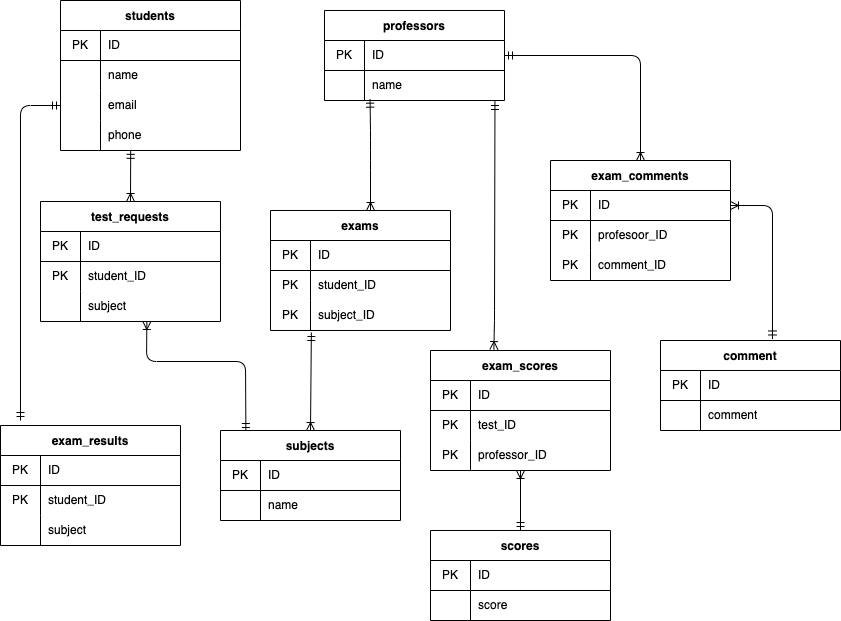
Earlier version of the draw.io export exercice.drawio.png (diaaa0219/drawio_exercice8). Source tidied: cells renumbered, new cells last; positions are measured from the earlier drawing's top-left corner, leaving out a move shared by most shapes.
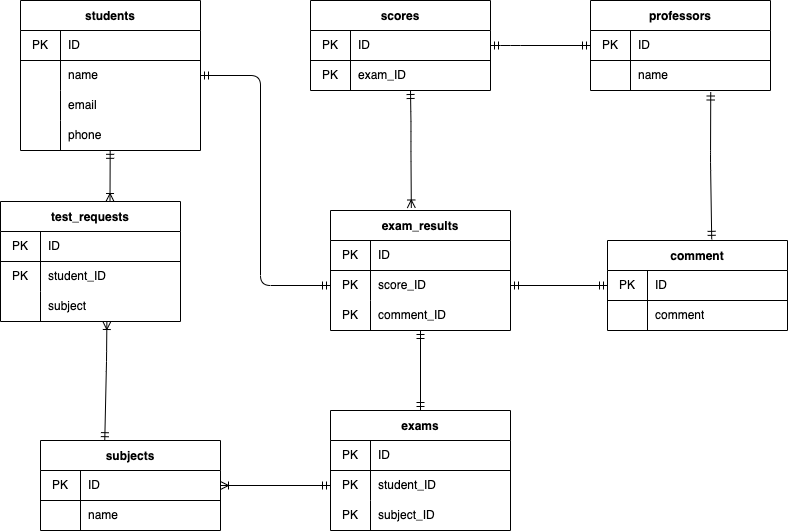
The same file after the commit.

Change to the diagram source:
```diff
@@ -43,12 +43,15 @@
     </mxCell>
     <mxCell id="15" style="edgeStyle=none;html=1;exitX=0.5;exitY=0;exitDx=0;exitDy=0;endArrow=ERmandOne;endFill=0;startArrow=ERoneToMany;startFill=0;entryX=0.501;entryY=0.961;entryDx=0;entryDy=0;entryPerimeter=0;" parent="1" edge="1">
       <mxGeometry relative="1" as="geometry">
-        <mxPoint x="130" y="201" as="sourcePoint" />
-        <mxPoint x="130.2" y="149.8" as="targetPoint" />
+        <mxPoint x="149.5" y="201" as="sourcePoint" />
+        <mxPoint x="149.7" y="149.8" as="targetPoint" />
       </mxGeometry>
     </mxCell>
+    <mxCell id="102" style="edgeStyle=none;html=1;exitX=0.5;exitY=0;exitDx=0;exitDy=0;entryX=0.5;entryY=1;entryDx=0;entryDy=0;startArrow=ERmandOne;startFill=0;endArrow=ERmandOne;endFill=0;" parent="1" edge="1" source="16" target="92">
+      <mxGeometry relative="1" as="geometry" />
+    </mxCell>
     <mxCell id="16" value="exams" style="shape=table;startSize=30;rowLines=0;fontStyle=1;align=center;" parent="1" vertex="1">
-      <mxGeometry x="270" y="210" width="180" height="120" as="geometry" />
+      <mxGeometry x="370" y="410" width="180" height="120" as="geometry" />
     </mxCell>
     <mxCell id="17" style="shape=partialRectangle;html=1;whiteSpace=wrap;fillColor=none;top=0;left=0;bottom=1;right=0;" parent="16" vertex="1">
       <mxGeometry y="30" width="180" height="30" as="geometry" />
@@ -78,7 +81,7 @@
       <mxGeometry x="40" width="140" height="30" as="geometry" />
     </mxCell>
     <mxCell id="26" value="professors" style="shape=table;startSize=30;rowLines=0;fontStyle=1;align=center;" parent="1" vertex="1">
-      <mxGeometry x="324" y="10" width="180" height="90" as="geometry" />
+      <mxGeometry x="630" width="180" height="90" as="geometry" />
     </mxCell>
     <mxCell id="27" style="shape=partialRectangle;html=1;whiteSpace=wrap;fillColor=none;top=0;left=0;bottom=1;right=0;points=[[0,0.5],[1,0.5]];portConstraint=eastwest;" parent="26" vertex="1">
       <mxGeometry y="30" width="180" height="30" as="geometry" />
@@ -98,102 +101,39 @@
     <mxCell id="32" value="name" style="shape=partialRectangle;html=1;whiteSpace=wrap;fillColor=none;top=0;left=0;bottom=0;right=0;align=left;spacingLeft=6;overflow=hidden;" parent="30" vertex="1">
       <mxGeometry x="40" width="140" height="30" as="geometry" />
     </mxCell>
-    <mxCell id="33" value="exam_scores" style="shape=table;startSize=30;rowLines=0;fontStyle=1;align=center;" parent="1" vertex="1">
-      <mxGeometry x="430" y="350" width="180" height="120" as="geometry" />
-    </mxCell>
-    <mxCell id="34" style="shape=partialRectangle;html=1;whiteSpace=wrap;fillColor=none;top=0;left=0;bottom=1;right=0;" parent="33" vertex="1">
-      <mxGeometry y="30" width="180" height="30" as="geometry" />
-    </mxCell>
-    <mxCell id="35" value="PK" style="shape=partialRectangle;html=1;whiteSpace=wrap;fillColor=none;top=0;left=0;bottom=0;right=0;overflow=hidden;" parent="34" vertex="1">
-      <mxGeometry width="40" height="30" as="geometry" />
-    </mxCell>
-    <mxCell id="36" value="ID" style="shape=partialRectangle;html=1;whiteSpace=wrap;fillColor=none;top=0;left=0;bottom=0;right=0;align=left;spacingLeft=6;overflow=hidden;" parent="34" vertex="1">
-      <mxGeometry x="40" width="140" height="30" as="geometry" />
-    </mxCell>
-    <mxCell id="37" style="shape=partialRectangle;html=1;whiteSpace=wrap;fillColor=none;top=0;left=0;bottom=0;right=0;" parent="33" vertex="1">
-      <mxGeometry y="60" width="180" height="30" as="geometry" />
-    </mxCell>
-    <mxCell id="38" value="PK" style="shape=partialRectangle;html=1;whiteSpace=wrap;fillColor=none;top=0;left=0;bottom=0;right=0;overflow=hidden;" parent="37" vertex="1">
-      <mxGeometry width="40" height="30" as="geometry" />
-    </mxCell>
-    <mxCell id="39" value="test_ID" style="shape=partialRectangle;html=1;whiteSpace=wrap;fillColor=none;top=0;left=0;bottom=0;right=0;align=left;spacingLeft=6;overflow=hidden;" parent="37" vertex="1">
-      <mxGeometry x="40" width="140" height="30" as="geometry" />
-    </mxCell>
-    <mxCell id="40" style="shape=partialRectangle;html=1;whiteSpace=wrap;fillColor=none;top=0;left=0;bottom=0;right=0;" parent="33" vertex="1">
-      <mxGeometry y="90" width="180" height="30" as="geometry" />
-    </mxCell>
-    <mxCell id="41" value="PK" style="shape=partialRectangle;html=1;whiteSpace=wrap;fillColor=none;top=0;left=0;bottom=0;right=0;overflow=hidden;" parent="40" vertex="1">
-      <mxGeometry width="40" height="30" as="geometry" />
-    </mxCell>
-    <mxCell id="42" value="professor_ID" style="shape=partialRectangle;html=1;whiteSpace=wrap;fillColor=none;top=0;left=0;bottom=0;right=0;align=left;spacingLeft=6;overflow=hidden;" parent="40" vertex="1">
-      <mxGeometry x="40" width="140" height="30" as="geometry" />
-    </mxCell>
-    <mxCell id="43" style="edgeStyle=none;html=1;exitX=0.5;exitY=0;exitDx=0;exitDy=0;entryX=1;entryY=0.5;entryDx=0;entryDy=0;startArrow=ERoneToMany;startFill=0;endArrow=ERmandOne;endFill=0;" parent="1" edge="1" source="44" target="27">
+    <mxCell id="43" style="edgeStyle=none;html=1;entryX=0.668;entryY=1.05;entryDx=0;entryDy=0;startArrow=ERmandOne;startFill=0;endArrow=ERmandOne;endFill=0;entryPerimeter=0;exitX=0.579;exitY=-0.013;exitDx=0;exitDy=0;exitPerimeter=0;" parent="1" edge="1" source="65" target="30">
       <mxGeometry relative="1" as="geometry">
         <Array as="points">
-          <mxPoint x="640" y="55" />
+          <mxPoint x="750" y="160" />
         </Array>
       </mxGeometry>
     </mxCell>
-    <mxCell id="44" value="exam_comments" style="shape=table;startSize=30;rowLines=0;fontStyle=1;align=center;" parent="1" vertex="1">
-      <mxGeometry x="550" y="160" width="180" height="120" as="geometry" />
-    </mxCell>
-    <mxCell id="45" style="shape=partialRectangle;html=1;whiteSpace=wrap;fillColor=none;top=0;left=0;bottom=1;right=0;points=[[0,0.5],[1,0.5]];portConstraint=eastwest;" parent="44" vertex="1">
-      <mxGeometry y="30" width="180" height="30" as="geometry" />
-    </mxCell>
-    <mxCell id="46" value="PK" style="shape=partialRectangle;html=1;whiteSpace=wrap;fillColor=none;top=0;left=0;bottom=0;right=0;overflow=hidden;" parent="45" vertex="1">
-      <mxGeometry width="40" height="30" as="geometry" />
-    </mxCell>
-    <mxCell id="47" value="ID" style="shape=partialRectangle;html=1;whiteSpace=wrap;fillColor=none;top=0;left=0;bottom=0;right=0;align=left;spacingLeft=6;overflow=hidden;" parent="45" vertex="1">
-      <mxGeometry x="40" width="140" height="30" as="geometry" />
-    </mxCell>
-    <mxCell id="48" style="shape=partialRectangle;html=1;whiteSpace=wrap;fillColor=none;top=0;left=0;bottom=0;right=0;" parent="44" vertex="1">
-      <mxGeometry y="60" width="180" height="30" as="geometry" />
-    </mxCell>
-    <mxCell id="49" value="PK" style="shape=partialRectangle;html=1;whiteSpace=wrap;fillColor=none;top=0;left=0;bottom=0;right=0;overflow=hidden;" parent="48" vertex="1">
-      <mxGeometry width="40" height="30" as="geometry" />
-    </mxCell>
-    <mxCell id="50" value="profesoor_ID" style="shape=partialRectangle;html=1;whiteSpace=wrap;fillColor=none;top=0;left=0;bottom=0;right=0;align=left;spacingLeft=6;overflow=hidden;" parent="48" vertex="1">
-      <mxGeometry x="40" width="140" height="30" as="geometry" />
-    </mxCell>
-    <mxCell id="51" style="shape=partialRectangle;html=1;whiteSpace=wrap;fillColor=none;top=0;left=0;bottom=0;right=0;" parent="44" vertex="1">
-      <mxGeometry y="90" width="180" height="30" as="geometry" />
-    </mxCell>
-    <mxCell id="52" value="PK" style="shape=partialRectangle;html=1;whiteSpace=wrap;fillColor=none;top=0;left=0;bottom=0;right=0;overflow=hidden;" parent="51" vertex="1">
-      <mxGeometry width="40" height="30" as="geometry" />
-    </mxCell>
-    <mxCell id="53" value="comment_ID" style="shape=partialRectangle;html=1;whiteSpace=wrap;fillColor=none;top=0;left=0;bottom=0;right=0;align=left;spacingLeft=6;overflow=hidden;" parent="51" vertex="1">
-      <mxGeometry x="40" width="140" height="30" as="geometry" />
-    </mxCell>
-    <mxCell id="54" style="edgeStyle=none;html=1;entryX=0.352;entryY=-0.008;entryDx=0;entryDy=0;startArrow=ERmandOne;startFill=0;endArrow=ERoneToMany;endFill=0;exitX=0.947;exitY=1.033;exitDx=0;exitDy=0;exitPerimeter=0;entryPerimeter=0;" parent="1" edge="1" source="30" target="33">
+    <mxCell id="54" style="edgeStyle=none;html=1;startArrow=ERmandOne;startFill=0;endArrow=ERmandOne;endFill=0;entryX=1;entryY=0.5;entryDx=0;entryDy=0;exitX=0;exitY=0.5;exitDx=0;exitDy=0;" parent="1" edge="1" source="27" target="58">
       <mxGeometry relative="1" as="geometry">
         <Array as="points">
-          <mxPoint x="494" y="320" />
+          <mxPoint x="550" y="45" />
         </Array>
       </mxGeometry>
     </mxCell>
-    <mxCell id="55" style="edgeStyle=none;html=1;entryX=0.253;entryY=0.956;entryDx=0;entryDy=0;startArrow=ERoneToMany;startFill=0;endArrow=ERmandOne;endFill=0;entryPerimeter=0;" parent="1" edge="1">
+    <mxCell id="55" style="edgeStyle=none;html=1;entryX=0.253;entryY=0.956;entryDx=0;entryDy=0;startArrow=ERoneToMany;startFill=0;endArrow=ERmandOne;endFill=0;entryPerimeter=0;exitX=0.449;exitY=-0.021;exitDx=0;exitDy=0;exitPerimeter=0;" parent="1" edge="1" source="92">
       <mxGeometry relative="1" as="geometry">
-        <mxPoint x="370" y="210" as="sourcePoint" />
-        <mxPoint x="369.5" y="98.7" as="targetPoint" />
+        <mxPoint x="450" y="90" as="targetPoint" />
         <Array as="points">
-          <mxPoint x="370" y="160" />
-          <mxPoint x="370" y="130" />
+          <mxPoint x="450.5" y="151.3" />
+          <mxPoint x="450.5" y="121.3" />
         </Array>
       </mxGeometry>
     </mxCell>
-    <mxCell id="56" style="edgeStyle=none;html=1;exitX=0.141;exitY=0;exitDx=0;exitDy=0;startArrow=ERmandOne;startFill=0;endArrow=ERoneToMany;endFill=0;entryX=0.591;entryY=0.967;entryDx=0;entryDy=0;entryPerimeter=0;exitPerimeter=0;" parent="1" edge="1">
+    <mxCell id="56" style="edgeStyle=none;html=1;exitX=0.357;exitY=0.002;exitDx=0;exitDy=0;startArrow=ERmandOne;startFill=0;endArrow=ERoneToMany;endFill=0;entryX=0.591;entryY=0.967;entryDx=0;entryDy=0;entryPerimeter=0;exitPerimeter=0;" parent="1" edge="1" source="84">
       <mxGeometry relative="1" as="geometry">
-        <mxPoint x="245.4" y="431" as="sourcePoint" />
         <mxPoint x="146.4" y="321" as="targetPoint" />
         <Array as="points">
-          <mxPoint x="245" y="361" />
           <mxPoint x="146" y="361" />
         </Array>
       </mxGeometry>
     </mxCell>
     <mxCell id="57" value="scores" style="shape=table;startSize=30;rowLines=0;fontStyle=1;align=center;" parent="1" vertex="1">
-      <mxGeometry x="430" y="530" width="180" height="90" as="geometry" />
+      <mxGeometry x="350" width="180" height="90" as="geometry" />
     </mxCell>
     <mxCell id="58" style="shape=partialRectangle;html=1;whiteSpace=wrap;fillColor=none;top=0;left=0;bottom=1;right=0;points=[[0,0.5],[1,0.5]];portConstraint=eastwest;" parent="57" vertex="1">
       <mxGeometry y="30" width="180" height="30" as="geometry" />
@@ -207,19 +147,14 @@
     <mxCell id="61" style="shape=partialRectangle;html=1;whiteSpace=wrap;fillColor=none;top=0;left=0;bottom=0;right=0;" parent="57" vertex="1">
       <mxGeometry y="60" width="180" height="30" as="geometry" />
     </mxCell>
-    <mxCell id="62" style="shape=partialRectangle;html=1;whiteSpace=wrap;fillColor=none;top=0;left=0;bottom=0;right=0;overflow=hidden;" parent="61" vertex="1">
+    <mxCell id="62" value="PK" style="shape=partialRectangle;html=1;whiteSpace=wrap;fillColor=none;top=0;left=0;bottom=0;right=0;overflow=hidden;" parent="61" vertex="1">
       <mxGeometry width="40" height="30" as="geometry" />
     </mxCell>
-    <mxCell id="63" value="score" style="shape=partialRectangle;html=1;whiteSpace=wrap;fillColor=none;top=0;left=0;bottom=0;right=0;align=left;spacingLeft=6;overflow=hidden;" parent="61" vertex="1">
+    <mxCell id="63" value="exam_ID" style="shape=partialRectangle;html=1;whiteSpace=wrap;fillColor=none;top=0;left=0;bottom=0;right=0;align=left;spacingLeft=6;overflow=hidden;" parent="61" vertex="1">
       <mxGeometry x="40" width="140" height="30" as="geometry" />
     </mxCell>
-    <mxCell id="64" style="edgeStyle=none;html=1;entryX=0.5;entryY=0;entryDx=0;entryDy=0;startArrow=ERoneToMany;startFill=0;endArrow=ERmandOne;endFill=0;" parent="1" edge="1" target="57">
-      <mxGeometry relative="1" as="geometry">
-        <mxPoint x="520" y="470" as="sourcePoint" />
-      </mxGeometry>
-    </mxCell>
     <mxCell id="65" value="comment" style="shape=table;startSize=30;rowLines=0;fontStyle=1;align=center;" parent="1" vertex="1">
-      <mxGeometry x="660" y="340" width="180" height="90" as="geometry" />
+      <mxGeometry x="647" y="240" width="180" height="90" as="geometry" />
     </mxCell>
     <mxCell id="66" style="shape=partialRectangle;html=1;whiteSpace=wrap;fillColor=none;top=0;left=0;bottom=1;right=0;points=[[0,0.5],[1,0.5]];portConstraint=eastwest;" parent="65" vertex="1">
       <mxGeometry y="30" width="180" height="30" as="geometry" />
@@ -239,13 +174,6 @@
     <mxCell id="71" value="comment" style="shape=partialRectangle;html=1;whiteSpace=wrap;fillColor=none;top=0;left=0;bottom=0;right=0;align=left;spacingLeft=6;overflow=hidden;" parent="69" vertex="1">
       <mxGeometry x="40" width="140" height="30" as="geometry" />
     </mxCell>
-    <mxCell id="72" style="edgeStyle=none;html=1;exitX=1;exitY=0.5;exitDx=0;exitDy=0;entryX=0.622;entryY=-0.017;entryDx=0;entryDy=0;startArrow=ERoneToMany;startFill=0;endArrow=ERmandOne;endFill=0;entryPerimeter=0;" parent="1" edge="1" source="45" target="65">
-      <mxGeometry relative="1" as="geometry">
-        <Array as="points">
-          <mxPoint x="772" y="205" />
-        </Array>
-      </mxGeometry>
-    </mxCell>
     <mxCell id="73" value="test_requests" style="shape=table;startSize=30;rowLines=0;fontStyle=1;align=center;" parent="1" vertex="1">
       <mxGeometry x="40" y="201" width="180" height="120" as="geometry" />
     </mxCell>
@@ -276,11 +204,11 @@
     <mxCell id="82" value="subject" style="shape=partialRectangle;html=1;whiteSpace=wrap;fillColor=none;top=0;left=0;bottom=0;right=0;align=left;spacingLeft=6;overflow=hidden;" parent="80" vertex="1">
       <mxGeometry x="40" width="140" height="30" as="geometry" />
     </mxCell>
-    <mxCell id="83" style="edgeStyle=none;html=1;exitX=0.5;exitY=0;exitDx=0;exitDy=0;entryX=0.227;entryY=1.067;entryDx=0;entryDy=0;entryPerimeter=0;startArrow=ERoneToMany;startFill=0;endArrow=ERmandOne;endFill=0;" parent="1" edge="1" source="84" target="23">
+    <mxCell id="83" style="edgeStyle=none;html=1;exitX=1;exitY=0.5;exitDx=0;exitDy=0;startArrow=ERoneToMany;startFill=0;endArrow=ERmandOne;endFill=0;entryX=0;entryY=0.5;entryDx=0;entryDy=0;" parent="1" edge="1" source="85" target="20">
       <mxGeometry relative="1" as="geometry" />
     </mxCell>
     <mxCell id="84" value="subjects" style="shape=table;startSize=30;rowLines=0;fontStyle=1;align=center;" parent="1" vertex="1">
-      <mxGeometry x="220" y="430" width="180" height="90" as="geometry" />
+      <mxGeometry x="80" y="440" width="180" height="90" as="geometry" />
     </mxCell>
     <mxCell id="85" style="shape=partialRectangle;html=1;whiteSpace=wrap;fillColor=none;top=0;left=0;bottom=1;right=0;points=[[0,0.5],[1,0.5]];portConstraint=eastwest;" parent="84" vertex="1">
       <mxGeometry y="30" width="180" height="30" as="geometry" />
@@ -300,16 +228,8 @@
     <mxCell id="90" value="name" style="shape=partialRectangle;html=1;whiteSpace=wrap;fillColor=none;top=0;left=0;bottom=0;right=0;align=left;spacingLeft=6;overflow=hidden;" parent="88" vertex="1">
       <mxGeometry x="40" width="140" height="30" as="geometry" />
     </mxCell>
-    <mxCell id="91" style="edgeStyle=none;html=1;entryX=0;entryY=0.5;entryDx=0;entryDy=0;startArrow=ERmandOne;startFill=0;endArrow=ERmandOne;endFill=0;" parent="1" edge="1" target="9">
-      <mxGeometry relative="1" as="geometry">
-        <mxPoint x="20" y="420" as="sourcePoint" />
-        <Array as="points">
-          <mxPoint x="20" y="105" />
-        </Array>
-      </mxGeometry>
-    </mxCell>
     <mxCell id="92" value="exam_results" style="shape=table;startSize=30;rowLines=0;fontStyle=1;align=center;" parent="1" vertex="1">
-      <mxGeometry y="425" width="180" height="120" as="geometry" />
+      <mxGeometry x="370" y="210" width="180" height="120" as="geometry" />
     </mxCell>
     <mxCell id="93" style="shape=partialRectangle;html=1;whiteSpace=wrap;fillColor=none;top=0;left=0;bottom=1;right=0;" parent="92" vertex="1">
       <mxGeometry y="30" width="180" height="30" as="geometry" />
@@ -326,17 +246,28 @@
     <mxCell id="97" value="PK" style="shape=partialRectangle;html=1;whiteSpace=wrap;fillColor=none;top=0;left=0;bottom=0;right=0;overflow=hidden;" parent="96" vertex="1">
       <mxGeometry width="40" height="30" as="geometry" />
     </mxCell>
-    <mxCell id="98" value="student_ID" style="shape=partialRectangle;html=1;whiteSpace=wrap;fillColor=none;top=0;left=0;bottom=0;right=0;align=left;spacingLeft=6;overflow=hidden;" parent="96" vertex="1">
+    <mxCell id="98" value="score_ID" style="shape=partialRectangle;html=1;whiteSpace=wrap;fillColor=none;top=0;left=0;bottom=0;right=0;align=left;spacingLeft=6;overflow=hidden;" parent="96" vertex="1">
       <mxGeometry x="40" width="140" height="30" as="geometry" />
     </mxCell>
     <mxCell id="99" style="shape=partialRectangle;html=1;whiteSpace=wrap;fillColor=none;top=0;left=0;bottom=0;right=0;" parent="92" vertex="1">
       <mxGeometry y="90" width="180" height="30" as="geometry" />
     </mxCell>
-    <mxCell id="100" style="shape=partialRectangle;html=1;whiteSpace=wrap;fillColor=none;top=0;left=0;bottom=0;right=0;overflow=hidden;" parent="99" vertex="1">
+    <mxCell id="100" value="PK" style="shape=partialRectangle;html=1;whiteSpace=wrap;fillColor=none;top=0;left=0;bottom=0;right=0;overflow=hidden;" parent="99" vertex="1">
       <mxGeometry width="40" height="30" as="geometry" />
     </mxCell>
-    <mxCell id="101" value="subject" style="shape=partialRectangle;html=1;whiteSpace=wrap;fillColor=none;top=0;left=0;bottom=0;right=0;align=left;spacingLeft=6;overflow=hidden;" parent="99" vertex="1">
+    <mxCell id="101" value="comment_ID" style="shape=partialRectangle;html=1;whiteSpace=wrap;fillColor=none;top=0;left=0;bottom=0;right=0;align=left;spacingLeft=6;overflow=hidden;" parent="99" vertex="1">
       <mxGeometry x="40" width="140" height="30" as="geometry" />
     </mxCell>
+    <mxCell id="103" style="edgeStyle=none;html=1;exitX=0;exitY=0.5;exitDx=0;exitDy=0;entryX=1;entryY=0.5;entryDx=0;entryDy=0;startArrow=ERmandOne;startFill=0;endArrow=ERmandOne;endFill=0;" parent="1" edge="1" source="96" target="6">
+      <mxGeometry relative="1" as="geometry">
+        <Array as="points">
+          <mxPoint x="300" y="285" />
+          <mxPoint x="300" y="75" />
+        </Array>
+      </mxGeometry>
+    </mxCell>
+    <mxCell id="104" style="edgeStyle=none;html=1;exitX=1;exitY=0.5;exitDx=0;exitDy=0;entryX=0;entryY=0.5;entryDx=0;entryDy=0;startArrow=ERmandOne;startFill=0;endArrow=ERmandOne;endFill=0;" parent="1" edge="1" source="96" target="66">
+      <mxGeometry relative="1" as="geometry" />
+    </mxCell>
   </root>
 </mxGraphModel>
```
